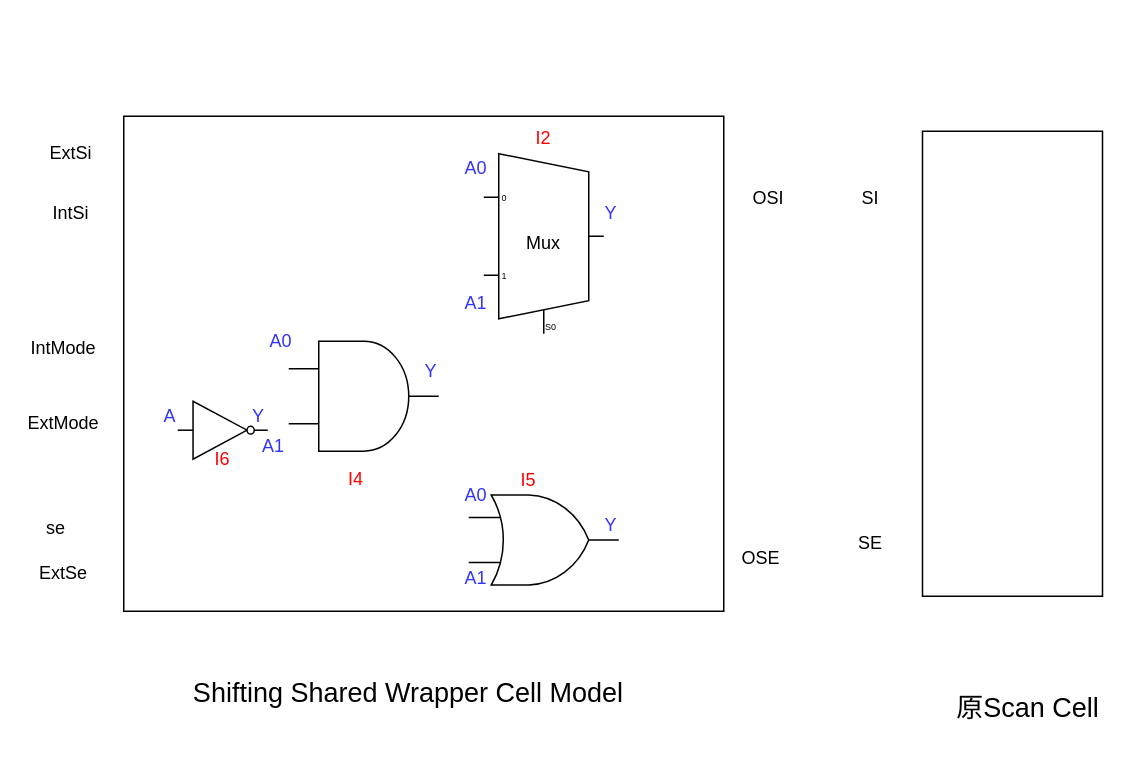
Earlier version of the draw.io diagram shiftingSharedWrapper.drawio (Gao-June/Algorithm_Exercise). Source tidied: cells renumbered, new cells numbered last; positions are measured from the earlier drawing's top-left corner, leaving out a move shared by most shapes. Both pictures are drawn from the tidied source at 150%, with x=0, y=0 at pixel (26, 116).
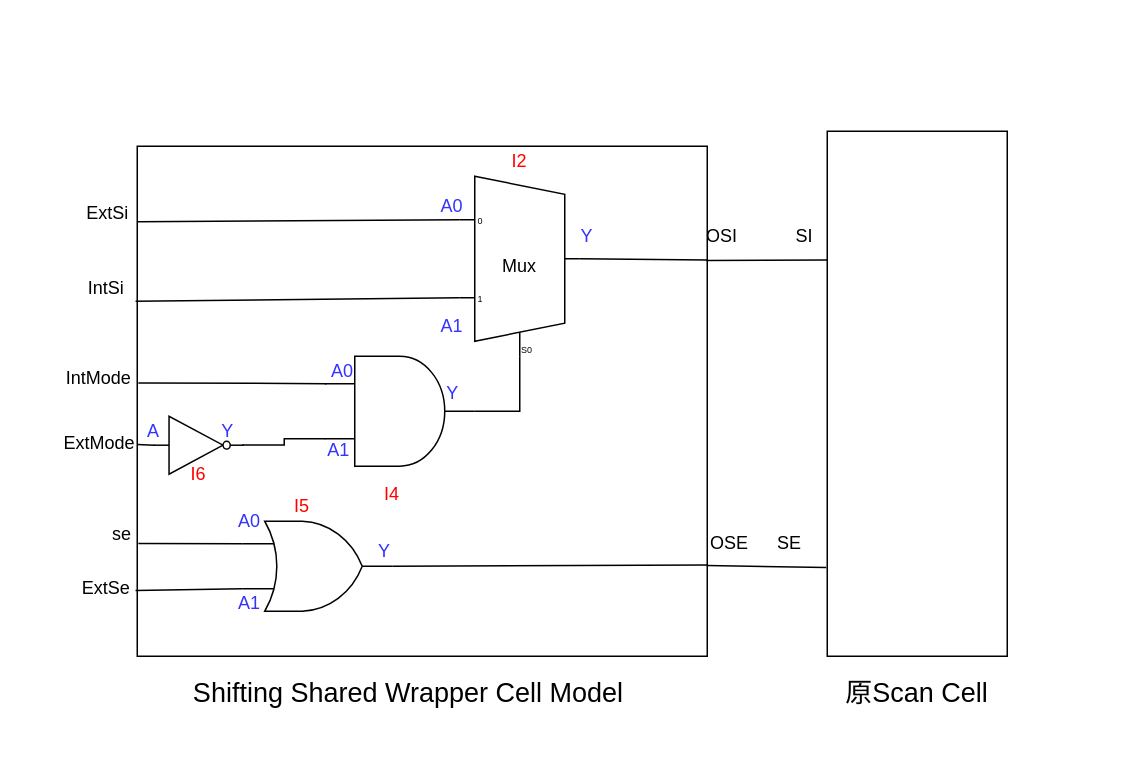
The same diagram, later.

The change refers to these unchanged cells:
```xml
<mxCell id="6" value="Mux" style="shadow=0;dashed=0;align=center;html=1;strokeWidth=1;shape=mxgraph.electrical.abstract.mux2;whiteSpace=wrap;direction=east;flipH=0;flipV=0;" parent="5" vertex="1">
  <mxGeometry x="20" y="20" width="80" height="120" as="geometry" />
</mxCell>
<mxCell id="14" style="verticalLabelPosition=bottom;shadow=0;dashed=0;align=center;html=1;verticalAlign=top;shape=mxgraph.electrical.logic_gates.inverter_2;" parent="12" vertex="1">
  <mxGeometry x="20" width="60" height="38.6" as="geometry" />
</mxCell>
<mxCell id="30" style="verticalLabelPosition=bottom;shadow=0;dashed=0;align=center;html=1;verticalAlign=top;shape=mxgraph.electrical.logic_gates.logic_gate;operation=or;" parent="28" vertex="1">
  <mxGeometry x="10" y="20" width="100" height="60" as="geometry" />
</mxCell>
```

What changed in the source:
```diff
@@
-    <mxCell id="2" style="rounded=0;whiteSpace=wrap;html=1;" parent="1" vertex="1">
-      <mxGeometry x="65" width="400" height="330" as="geometry" />
-    </mxCell>
+    <mxCell id="41" style="rounded=0;whiteSpace=wrap;html=1;" parent="1" vertex="1">
+      <mxGeometry x="74" y="20" width="380" height="340" as="geometry" />
+    </mxCell>
@@
     <mxCell id="4" style="group;" parent="1" vertex="1">
-      <mxGeometry x="285" y="5" width="240" height="230" as="geometry" />
+      <mxGeometry x="294" y="-60" width="240" height="230" as="geometry" />
     </mxCell>
     <mxCell id="5" style="group;" parent="4" vertex="1">
-      <mxGeometry width="120" height="140" as="geometry" />
+      <mxGeometry x="-25" y="80" width="120" height="140" as="geometry" />
     </mxCell>
@@
     <mxCell id="9" value="&lt;font style=&quot;color: rgb(51, 51, 255);&quot;&gt;A0&lt;/font&gt;" style="text;html=1;align=center;verticalAlign=middle;whiteSpace=wrap;rounded=0;" parent="5" vertex="1">
-      <mxGeometry y="20" width="30" height="20" as="geometry" />
+      <mxGeometry y="30" width="30" height="20" as="geometry" />
     </mxCell>
@@
     <mxCell id="11" value="OSI" style="text;html=1;align=center;verticalAlign=middle;whiteSpace=wrap;rounded=0;" parent="4" vertex="1">
-      <mxGeometry x="200" y="35" width="20" height="30" as="geometry" />
+      <mxGeometry x="160" y="125" width="20" height="30" as="geometry" />
     </mxCell>
+    <mxCell id="39" value="SI" style="text;html=1;align=center;verticalAlign=middle;whiteSpace=wrap;rounded=0;" parent="4" vertex="1">
+      <mxGeometry x="210" y="127.5" width="30" height="25" as="geometry" />
+    </mxCell>
     <mxCell id="12" style="group;" parent="1" vertex="1">
-      <mxGeometry x="81" y="190" width="89" height="45" as="geometry" />
+      <mxGeometry x="65" y="200" width="89" height="45" as="geometry" />
     </mxCell>
     <mxCell id="13" value="&lt;font style=&quot;color: rgb(51, 51, 255);&quot;&gt;A&lt;/font&gt;" style="text;html=1;align=center;verticalAlign=middle;whiteSpace=wrap;rounded=0;" parent="12" vertex="1">
-      <mxGeometry width="30" height="20" as="geometry" />
+      <mxGeometry x="10" width="20" height="20" as="geometry" />
     </mxCell>
@@
     <mxCell id="16" value="&lt;font style=&quot;color: rgb(51, 51, 255);&quot;&gt;Y&lt;/font&gt;" style="text;html=1;align=center;verticalAlign=middle;whiteSpace=wrap;rounded=0;" parent="12" vertex="1">
-      <mxGeometry x="59" width="30" height="20" as="geometry" />
+      <mxGeometry x="59" width="21" height="20" as="geometry" />
     </mxCell>
-    <mxCell id="17" style="group;" parent="1" vertex="1">
-      <mxGeometry x="150" y="140" width="135" height="120" as="geometry" />
-    </mxCell>
-    <mxCell id="18" style="group;" parent="17" vertex="1">
-      <mxGeometry x="25" y="10" width="110" height="110" as="geometry" />
-    </mxCell>
-    <mxCell id="19" style="verticalLabelPosition=bottom;shadow=0;dashed=0;align=center;html=1;verticalAlign=top;shape=mxgraph.electrical.logic_gates.logic_gate;operation=and;" parent="18" vertex="1">
-      <mxGeometry width="100" height="73.3" as="geometry" />
-    </mxCell>
-    <mxCell id="20" value="&lt;font style=&quot;color: rgb(255, 0, 0);&quot;&gt;I4&lt;/font&gt;" style="text;html=1;align=center;verticalAlign=middle;whiteSpace=wrap;rounded=0;" parent="18" vertex="1">
-      <mxGeometry x="30" y="79.4" width="30" height="24.4" as="geometry" />
-    </mxCell>
-    <mxCell id="21" value="&lt;font style=&quot;color: rgb(51, 51, 255);&quot;&gt;Y&lt;/font&gt;" style="text;html=1;align=center;verticalAlign=middle;whiteSpace=wrap;rounded=0;" parent="18" vertex="1">
-      <mxGeometry x="80" y="10" width="30" height="20" as="geometry" />
-    </mxCell>
-    <mxCell id="22" value="&lt;font style=&quot;color: rgb(51, 51, 255);&quot;&gt;A0&lt;/font&gt;" style="text;html=1;align=center;verticalAlign=middle;whiteSpace=wrap;rounded=0;" parent="17" vertex="1">
-      <mxGeometry x="5" width="30" height="20" as="geometry" />
-    </mxCell>
-    <mxCell id="23" value="&lt;font style=&quot;color: rgb(51, 51, 255);&quot;&gt;A1&lt;/font&gt;" style="text;html=1;align=center;verticalAlign=middle;whiteSpace=wrap;rounded=0;" parent="17" vertex="1">
-      <mxGeometry y="70" width="30" height="20" as="geometry" />
-    </mxCell>
     <mxCell id="24" value="IntMode" style="text;html=1;align=center;verticalAlign=middle;whiteSpace=wrap;rounded=0;" parent="1" vertex="1">
-      <mxGeometry y="140" width="50" height="30" as="geometry" />
+      <mxGeometry x="24" y="160" width="49" height="30" as="geometry" />
     </mxCell>
     <mxCell id="25" value="ExtMode" style="text;html=1;align=center;verticalAlign=middle;whiteSpace=wrap;rounded=0;" parent="1" vertex="1">
-      <mxGeometry y="190" width="50" height="30" as="geometry" />
+      <mxGeometry x="24" y="202.5" width="50" height="30" as="geometry" />
     </mxCell>
     <mxCell id="26" value="IntSi" style="text;html=1;align=center;verticalAlign=middle;whiteSpace=wrap;rounded=0;" parent="1" vertex="1">
-      <mxGeometry x="5" y="50" width="50" height="30" as="geometry" />
+      <mxGeometry x="34" y="100" width="39" height="30" as="geometry" />
     </mxCell>
     <mxCell id="27" value="ExtSi" style="text;html=1;align=center;verticalAlign=middle;whiteSpace=wrap;rounded=0;" parent="1" vertex="1">
-      <mxGeometry x="5" y="10" width="50" height="30" as="geometry" />
+      <mxGeometry x="35" y="50" width="39" height="30" as="geometry" />
     </mxCell>
     <mxCell id="28" style="group;" parent="1" vertex="1">
-      <mxGeometry x="285" y="232.5" width="120" height="85" as="geometry" />
+      <mxGeometry x="134" y="250" width="120" height="85" as="geometry" />
     </mxCell>
@@
     <mxCell id="34" value="ExtSe" style="text;html=1;align=center;verticalAlign=middle;whiteSpace=wrap;rounded=0;" parent="1" vertex="1">
-      <mxGeometry x="5" y="290" width="40" height="30" as="geometry" />
+      <mxGeometry x="34" y="300" width="39" height="30" as="geometry" />
     </mxCell>
     <mxCell id="35" value="se" style="text;html=1;align=center;verticalAlign=middle;whiteSpace=wrap;rounded=0;" parent="1" vertex="1">
-      <mxGeometry y="260" width="40" height="30" as="geometry" />
+      <mxGeometry x="54" y="263.9" width="20" height="30" as="geometry" />
     </mxCell>
     <mxCell id="36" style="rounded=0;whiteSpace=wrap;html=1;" parent="1" vertex="1">
-      <mxGeometry x="597.5" y="10" width="120" height="310" as="geometry" />
+      <mxGeometry x="534" y="10" width="120" height="350" as="geometry" />
     </mxCell>
     <mxCell id="37" value="&lt;font style=&quot;font-size: 18px;&quot;&gt;原Scan Cell&lt;/font&gt;" style="text;html=1;align=center;verticalAlign=middle;whiteSpace=wrap;rounded=0;" parent="1" vertex="1">
-      <mxGeometry x="617.5" y="380" width="100" height="30" as="geometry" />
+      <mxGeometry x="544" y="370" width="100" height="30" as="geometry" />
     </mxCell>
     <mxCell id="38" value="OSE" style="text;html=1;align=center;verticalAlign=middle;whiteSpace=wrap;rounded=0;" parent="1" vertex="1">
-      <mxGeometry x="475" y="280" width="30" height="30" as="geometry" />
+      <mxGeometry x="454" y="270" width="30" height="30" as="geometry" />
     </mxCell>
-    <mxCell id="39" value="SI" style="text;html=1;align=center;verticalAlign=middle;whiteSpace=wrap;rounded=0;" parent="1" vertex="1">
-      <mxGeometry x="537.5" y="40" width="50" height="30" as="geometry" />
-    </mxCell>
     <mxCell id="40" value="SE" style="text;html=1;align=center;verticalAlign=middle;whiteSpace=wrap;rounded=0;" parent="1" vertex="1">
-      <mxGeometry x="537.5" y="270" width="50" height="30" as="geometry" />
+      <mxGeometry x="494" y="273" width="30" height="23.9" as="geometry" />
     </mxCell>
+    <mxCell id="42" style="group;" parent="1" vertex="1">
+      <mxGeometry x="199" y="160" width="100" height="103.9" as="geometry" />
+    </mxCell>
+    <mxCell id="21" value="&lt;font style=&quot;color: rgb(51, 51, 255);&quot;&gt;Y&lt;/font&gt;" style="text;html=1;align=center;verticalAlign=middle;whiteSpace=wrap;rounded=0;" parent="42" vertex="1">
+      <mxGeometry x="80" y="17.5" width="11" height="15" as="geometry" />
+    </mxCell>
+    <mxCell id="43" style="group;" parent="42" vertex="1">
+      <mxGeometry width="100" height="103.9" as="geometry" />
+    </mxCell>
+    <mxCell id="22" value="&lt;font style=&quot;color: rgb(51, 51, 255);&quot;&gt;A0&lt;/font&gt;" style="text;html=1;align=center;verticalAlign=middle;whiteSpace=wrap;rounded=0;" parent="43" vertex="1">
+      <mxGeometry x="5" width="14" height="20" as="geometry" />
+    </mxCell>
+    <mxCell id="19" style="verticalLabelPosition=bottom;shadow=0;dashed=0;align=center;html=1;verticalAlign=top;shape=mxgraph.electrical.logic_gates.logic_gate;operation=and;" parent="43" vertex="1">
+      <mxGeometry width="100" height="73.3" as="geometry" />
+    </mxCell>
+    <mxCell id="20" value="&lt;font style=&quot;color: rgb(255, 0, 0);&quot;&gt;I4&lt;/font&gt;" style="text;html=1;align=center;verticalAlign=middle;whiteSpace=wrap;rounded=0;" parent="43" vertex="1">
+      <mxGeometry x="30" y="79.4" width="30" height="24.4" as="geometry" />
+    </mxCell>
+    <mxCell id="23" value="&lt;font style=&quot;color: rgb(51, 51, 255);&quot;&gt;A1&lt;/font&gt;" style="text;html=1;align=center;verticalAlign=middle;whiteSpace=wrap;rounded=0;" parent="43" vertex="1">
+      <mxGeometry y="53.3" width="19" height="20" as="geometry" />
+    </mxCell>
+    <mxCell id="44" style="endArrow=none;html=1;rounded=0;exitX=0.026;exitY=0.085;exitDx=0;exitDy=0;exitPerimeter=0;entryX=0.983;entryY=0.498;entryDx=0;entryDy=0;entryPerimeter=0;edgeStyle=elbowEdgeStyle;" parent="1" edge="1" source="23" target="14">
+      <mxGeometry relative="1" as="geometry" />
+    </mxCell>
+    <mxCell id="45" style="endArrow=none;html=1;rounded=0;entryX=0.009;entryY=0.502;entryDx=0;entryDy=0;entryPerimeter=0;exitX=0;exitY=0.585;exitDx=0;exitDy=0;exitPerimeter=0;" parent="1" edge="1" source="41" target="14">
+      <mxGeometry relative="1" as="geometry" />
+    </mxCell>
+    <mxCell id="46" style="endArrow=none;html=1;rounded=0;entryX=0.012;entryY=0.249;entryDx=0;entryDy=0;entryPerimeter=0;exitX=0.002;exitY=0.464;exitDx=0;exitDy=0;exitPerimeter=0;" parent="1" edge="1" source="41" target="19">
+      <mxGeometry relative="1" as="geometry" />
+    </mxCell>
+    <mxCell id="47" style="endArrow=none;html=1;rounded=0;entryX=0;entryY=0.25;entryDx=0;entryDy=0;entryPerimeter=0;exitX=0.002;exitY=0.779;exitDx=0;exitDy=0;exitPerimeter=0;" parent="1" edge="1" source="41" target="30">
+      <mxGeometry relative="1" as="geometry" />
+    </mxCell>
+    <mxCell id="48" style="endArrow=none;html=1;rounded=0;entryX=0;entryY=0.75;entryDx=0;entryDy=0;entryPerimeter=0;exitX=-0.003;exitY=0.871;exitDx=0;exitDy=0;exitPerimeter=0;" parent="1" edge="1" source="41" target="30">
+      <mxGeometry relative="1" as="geometry" />
+    </mxCell>
+    <mxCell id="49" style="endArrow=none;html=1;rounded=0;entryX=0;entryY=0.65;entryDx=0;entryDy=3;entryPerimeter=0;exitX=-0.003;exitY=0.304;exitDx=0;exitDy=0;exitPerimeter=0;" parent="1" edge="1" source="41" target="6">
+      <mxGeometry relative="1" as="geometry" />
+    </mxCell>
+    <mxCell id="50" style="endArrow=none;html=1;rounded=0;entryX=0;entryY=0.21666666666666667;entryDx=0;entryDy=3;entryPerimeter=0;exitX=0;exitY=0.148;exitDx=0;exitDy=0;exitPerimeter=0;" parent="1" edge="1" source="41" target="6">
+      <mxGeometry relative="1" as="geometry" />
+    </mxCell>
+    <mxCell id="51" style="endArrow=none;html=1;rounded=0;entryX=0.375;entryY=1;entryDx=10;entryDy=0;entryPerimeter=0;exitX=1;exitY=0.5;exitDx=0;exitDy=0;exitPerimeter=0;edgeStyle=orthogonalEdgeStyle;elbow=vertical;" parent="1" edge="1" source="19" target="6">
+      <mxGeometry relative="1" as="geometry" />
+    </mxCell>
+    <mxCell id="52" style="endArrow=none;html=1;rounded=0;entryX=1;entryY=0.5;entryDx=0;entryDy=-5;entryPerimeter=0;exitX=1;exitY=0.223;exitDx=0;exitDy=0;exitPerimeter=0;" parent="1" edge="1" source="41" target="6">
+      <mxGeometry relative="1" as="geometry" />
+    </mxCell>
+    <mxCell id="53" style="endArrow=none;html=1;rounded=0;exitX=1;exitY=0.5;exitDx=0;exitDy=0;exitPerimeter=0;entryX=1.001;entryY=0.821;entryDx=0;entryDy=0;entryPerimeter=0;" parent="1" edge="1" source="30" target="41">
+      <mxGeometry relative="1" as="geometry" />
+    </mxCell>
+    <mxCell id="54" style="endArrow=none;html=1;rounded=0;exitX=0.999;exitY=0.822;exitDx=0;exitDy=0;exitPerimeter=0;entryX=-0.005;entryY=0.831;entryDx=0;entryDy=0;entryPerimeter=0;" parent="1" edge="1" source="41" target="36">
+      <mxGeometry relative="1" as="geometry" />
+    </mxCell>
+    <mxCell id="55" style="endArrow=none;html=1;rounded=0;exitX=0.998;exitY=0.224;exitDx=0;exitDy=0;exitPerimeter=0;entryX=0.001;entryY=0.245;entryDx=0;entryDy=0;entryPerimeter=0;" parent="1" edge="1" source="41" target="36">
+      <mxGeometry relative="1" as="geometry" />
+    </mxCell>
```
